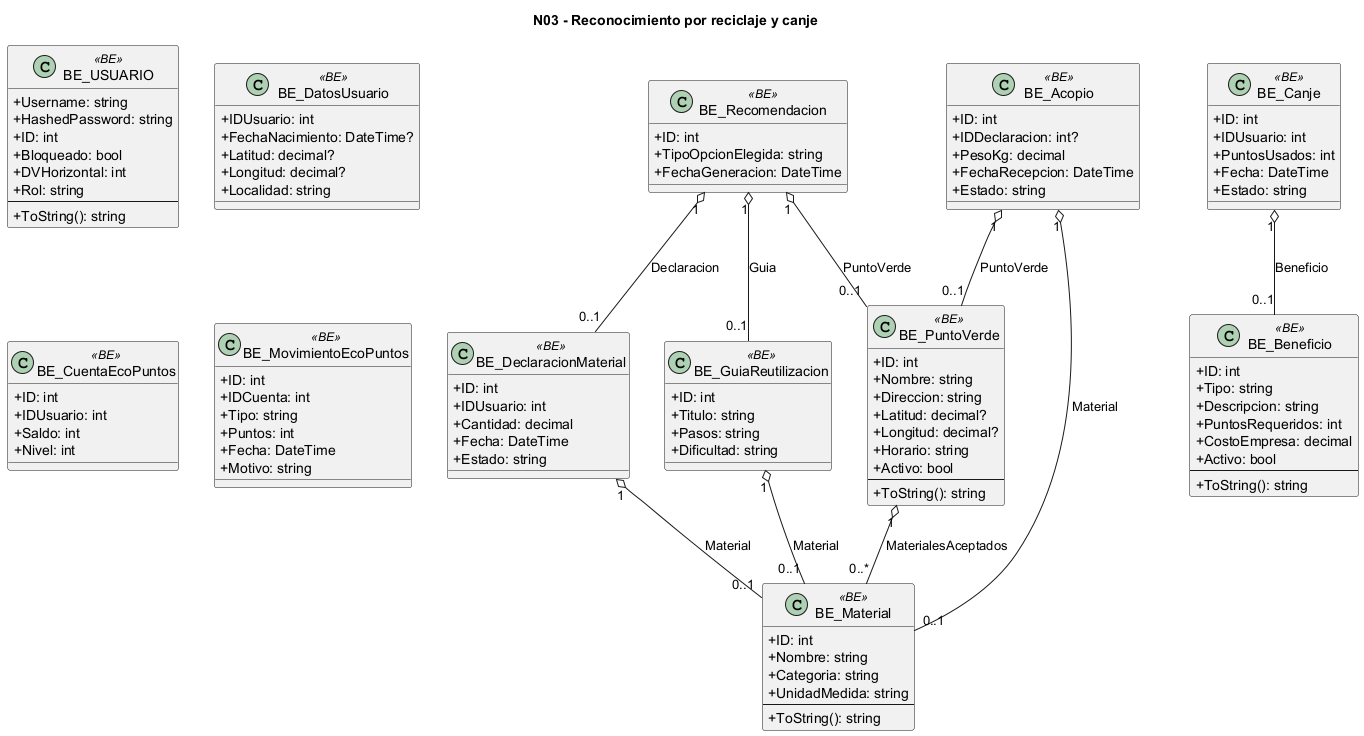
Above: docs/diagramas/uml_png/procesos__N03_modelo_conceptual.png in L-Muniz/uai-diploma_2026 (PlantUML), before the change.
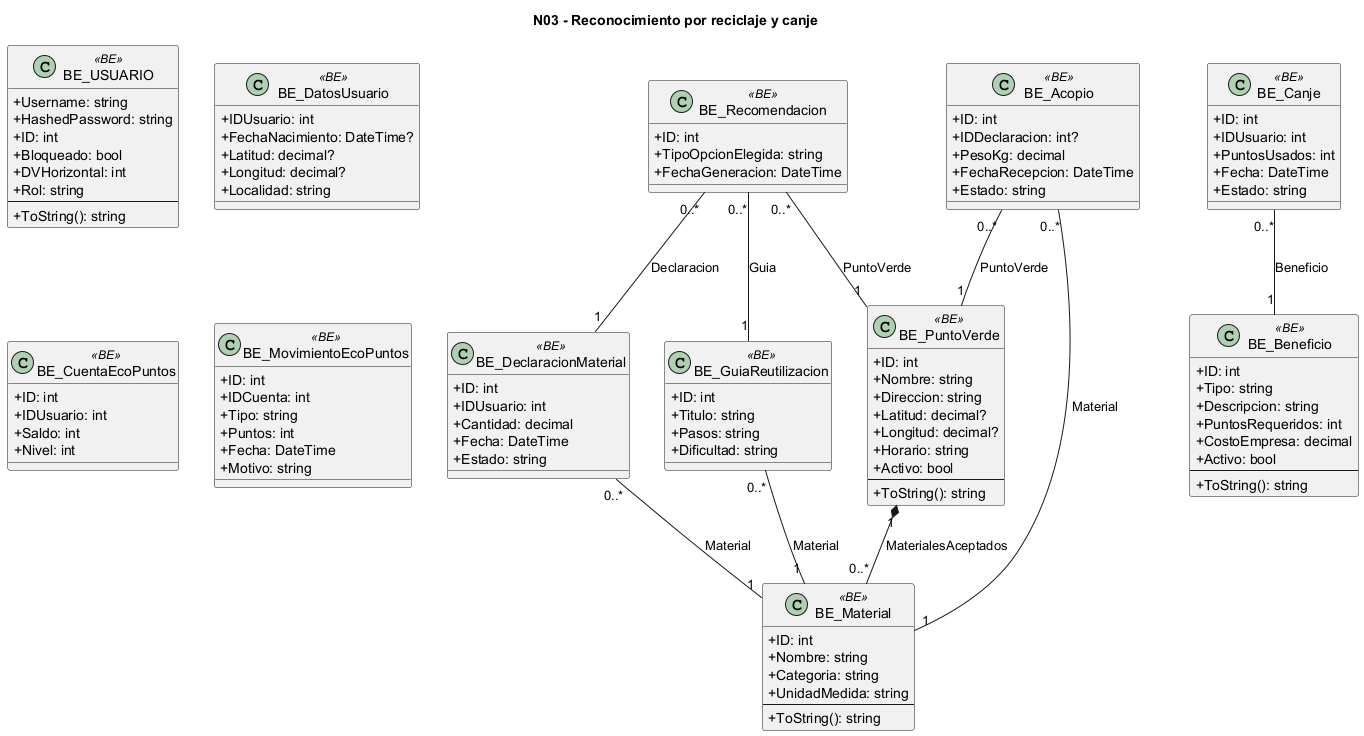
Above is the later version.

The edit, as a diff of the source:
```diff
@@ -93,13 +93,13 @@
   --
   +ToString(): string
 }
-BE_DeclaracionMaterial "1" o-- "0..1" BE_Material : Material
-BE_Recomendacion "1" o-- "0..1" BE_DeclaracionMaterial : Declaracion
-BE_Recomendacion "1" o-- "0..1" BE_GuiaReutilizacion : Guia
-BE_Recomendacion "1" o-- "0..1" BE_PuntoVerde : PuntoVerde
-BE_GuiaReutilizacion "1" o-- "0..1" BE_Material : Material
-BE_PuntoVerde "1" o-- "0..*" BE_Material : MaterialesAceptados
-BE_Acopio "1" o-- "0..1" BE_PuntoVerde : PuntoVerde
-BE_Acopio "1" o-- "0..1" BE_Material : Material
-BE_Canje "1" o-- "0..1" BE_Beneficio : Beneficio
+BE_DeclaracionMaterial "0..*" -- "1" BE_Material : Material
+BE_Recomendacion "0..*" -- "1" BE_DeclaracionMaterial : Declaracion
+BE_Recomendacion "0..*" -- "1" BE_GuiaReutilizacion : Guia
+BE_Recomendacion "0..*" -- "1" BE_PuntoVerde : PuntoVerde
+BE_GuiaReutilizacion "0..*" -- "1" BE_Material : Material
+BE_PuntoVerde "1" *-- "0..*" BE_Material : MaterialesAceptados
+BE_Acopio "0..*" -- "1" BE_PuntoVerde : PuntoVerde
+BE_Acopio "0..*" -- "1" BE_Material : Material
+BE_Canje "0..*" -- "1" BE_Beneficio : Beneficio
 @enduml
```
